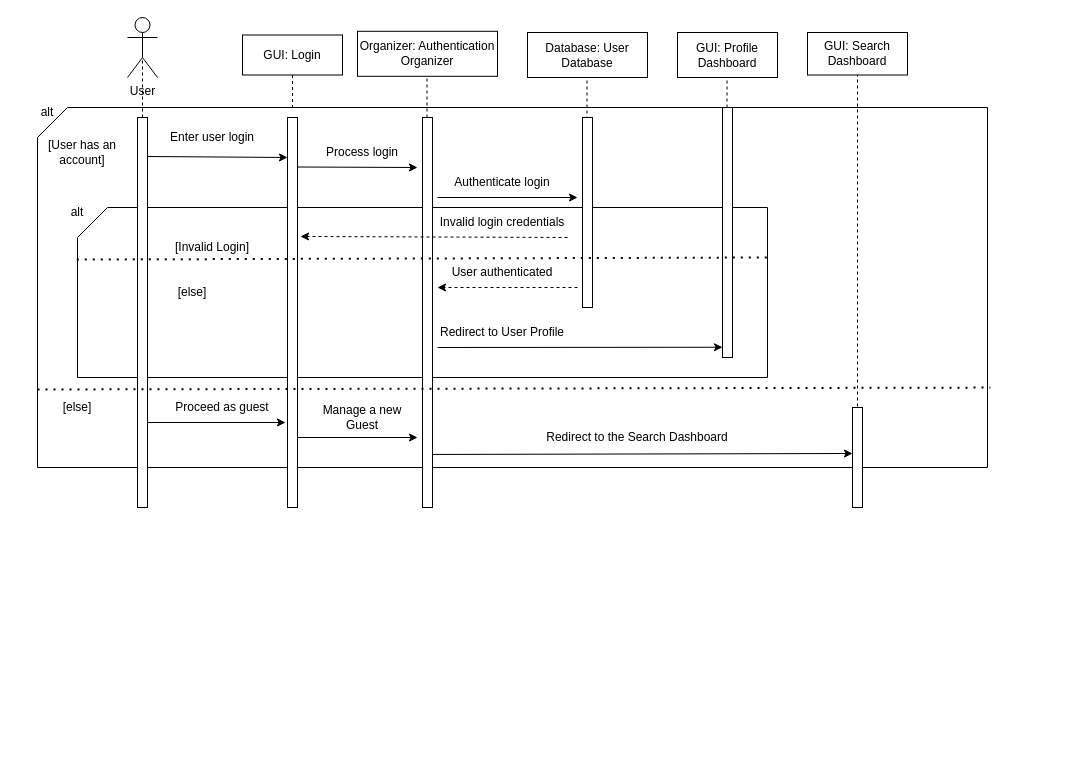
Above: page "User Network" (1 of 2) of Design Documentation/Sequence Diagrams/Sequence Diagram - Social Network.drawio in markomijovic/Agent-System-Matchmaking (draw.io), before the change. Source tidied: cells renumbered, new cells numbered last; positions are measured from the earlier drawing's top-left corner, leaving out a move shared by most shapes. Both pictures are drawn from the tidied source at 100%, with x=0, y=0 at pixel (17, 17).
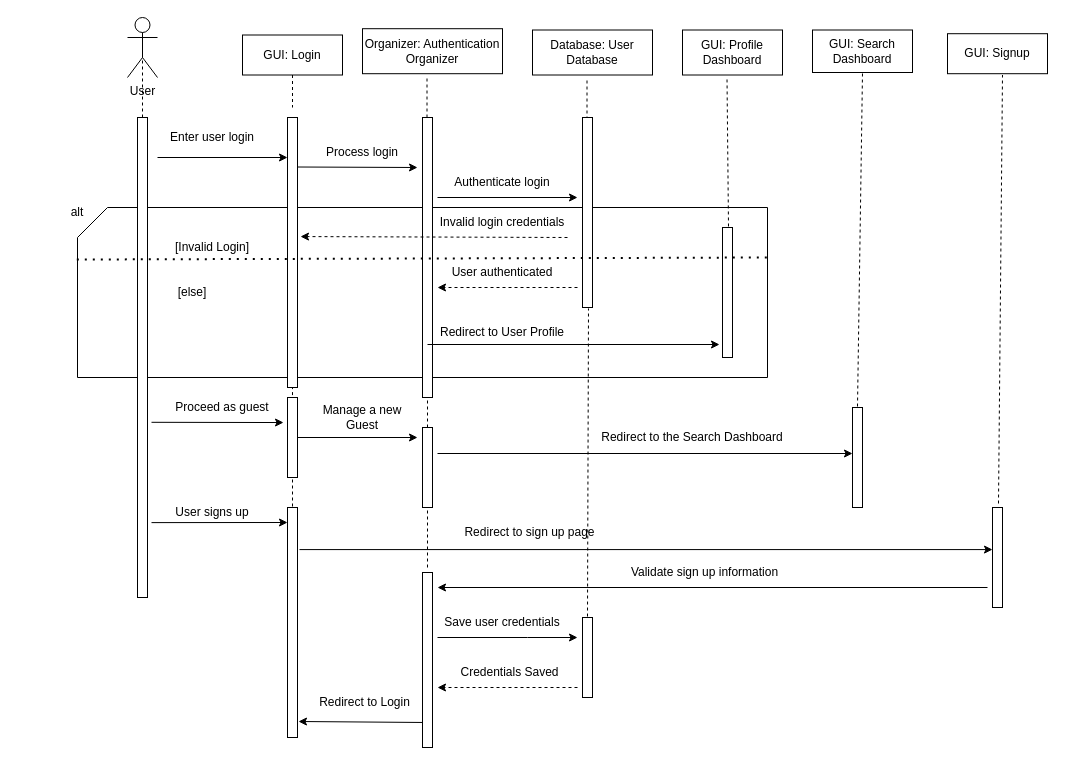
After the change.

Unchanged cells that the change refers to:
```xml
<mxCell id="18" value="Enter user login" style="text;html=1;strokeColor=none;fillColor=none;align=center;verticalAlign=middle;whiteSpace=wrap;rounded=0;" parent="1" vertex="1">
  <mxGeometry x="140" y="100" width="110" height="40" as="geometry" />
</mxCell>
<mxCell id="24" style="html=1;points=[];perimeter=orthogonalPerimeter;" parent="1" vertex="1">
  <mxGeometry x="565" y="100" width="10" height="190" as="geometry" />
</mxCell>
<mxCell id="31" value="Redirect to User Profile" style="text;html=1;strokeColor=none;fillColor=none;align=center;verticalAlign=middle;whiteSpace=wrap;rounded=0;" parent="1" vertex="1">
  <mxGeometry x="420" y="300" width="130" height="30" as="geometry" />
</mxCell>
<mxCell id="32" value="Invalid login credentials" style="text;html=1;strokeColor=none;fillColor=none;align=center;verticalAlign=middle;whiteSpace=wrap;rounded=0;" parent="1" vertex="1">
  <mxGeometry x="420" y="190" width="130" height="30" as="geometry" />
</mxCell>
<mxCell id="39" style="html=1;points=[];perimeter=orthogonalPerimeter;" parent="1" vertex="1">
  <mxGeometry x="835" y="390" width="10" height="100" as="geometry" />
</mxCell>
```

The edit, as a diff of the source:
```diff
@@
-    <mxCell id="2" style="endArrow=none;dashed=1;html=1;rounded=0;" parent="1" edge="1">
-      <mxGeometry relative="1" as="geometry">
-        <mxPoint x="709.5" y="120" as="sourcePoint" />
-        <mxPoint x="709.5" y="60" as="targetPoint" />
-      </mxGeometry>
-    </mxCell>
-    <mxCell id="3" style="shape=card;whiteSpace=wrap;html=1;" parent="1" vertex="1">
-      <mxGeometry x="20" y="90" width="950" height="360" as="geometry" />
-    </mxCell>
@@
     <mxCell id="8" value="GUI: Profile Dashboard" style="rounded=0;whiteSpace=wrap;html=1;" parent="1" vertex="1">
-      <mxGeometry x="660" y="15" width="100" height="45" as="geometry" />
+      <mxGeometry x="665" y="12.5" width="100" height="45" as="geometry" />
     </mxCell>
     <mxCell id="9" value="Organizer: Authentication Organizer" style="rounded=0;whiteSpace=wrap;html=1;" parent="1" vertex="1">
-      <mxGeometry x="340" y="13.8" width="140" height="45" as="geometry" />
+      <mxGeometry x="345" y="11.2" width="140" height="45" as="geometry" />
     </mxCell>
     <mxCell id="10" value="Database: User Database" style="rounded=0;whiteSpace=wrap;html=1;" parent="1" vertex="1">
-      <mxGeometry x="510" y="15" width="120" height="45" as="geometry" />
+      <mxGeometry x="515" y="12.5" width="120" height="45" as="geometry" />
     </mxCell>
     <mxCell id="11" value="GUI: Search Dashboard" style="rounded=0;whiteSpace=wrap;html=1;" parent="1" vertex="1">
-      <mxGeometry x="790" y="15" width="100" height="42.5" as="geometry" />
+      <mxGeometry x="795" y="12.5" width="100" height="42.5" as="geometry" />
     </mxCell>
@@
     <mxCell id="13" style="rounded=0;whiteSpace=wrap;html=1;" parent="1" vertex="1">
-      <mxGeometry x="120" y="100" width="10" height="390" as="geometry" />
+      <mxGeometry x="120" y="100" width="10" height="480" as="geometry" />
     </mxCell>
     <mxCell id="14" style="html=1;points=[];perimeter=orthogonalPerimeter;" parent="1" vertex="1">
-      <mxGeometry x="270" y="100" width="10" height="390" as="geometry" />
+      <mxGeometry x="270" y="100" width="10" height="270" as="geometry" />
     </mxCell>
-    <mxCell id="15" value="alt" style="text;html=1;strokeColor=none;fillColor=none;align=center;verticalAlign=middle;whiteSpace=wrap;rounded=0;" parent="1" vertex="1">
-      <mxGeometry y="80" width="60" height="30" as="geometry" />
-    </mxCell>
-    <mxCell id="16" value="[User has an account]" style="text;html=1;strokeColor=none;fillColor=none;align=center;verticalAlign=middle;whiteSpace=wrap;rounded=0;" parent="1" vertex="1">
-      <mxGeometry x="20" y="125" width="90" height="20" as="geometry" />
-    </mxCell>
-    <mxCell id="17" style="endArrow=classic;html=1;rounded=0;exitX=1;exitY=0.1;exitDx=0;exitDy=0;exitPerimeter=0;" parent="1" edge="1" source="13">
+    <mxCell id="17" style="endArrow=classic;html=1;rounded=0;exitX=0;exitY=1;exitDx=0;exitDy=0;" parent="1" edge="1" source="18">
       <mxGeometry relative="1" as="geometry">
         <mxPoint x="270" y="140" as="targetPoint" />
       </mxGeometry>
     </mxCell>
@@
     <mxCell id="20" style="html=1;points=[];perimeter=orthogonalPerimeter;" parent="1" vertex="1">
-      <mxGeometry x="405" y="100" width="10" height="390" as="geometry" />
+      <mxGeometry x="405" y="100" width="10" height="280" as="geometry" />
     </mxCell>
@@
     <mxCell id="29" style="html=1;points=[];perimeter=orthogonalPerimeter;" parent="1" vertex="1">
-      <mxGeometry x="705" y="90" width="10" height="250" as="geometry" />
+      <mxGeometry x="705" y="210" width="10" height="130" as="geometry" />
     </mxCell>
-    <mxCell id="30" style="endArrow=classic;html=1;rounded=0;entryX=0;entryY=0.959;entryDx=0;entryDy=0;entryPerimeter=0;exitX=0;exitY=1;exitDx=0;exitDy=0;" parent="1" edge="1" source="31" target="29">
-      <mxGeometry relative="1" as="geometry" />
+    <mxCell id="30" style="endArrow=classic;html=1;rounded=0;entryX=-0.3;entryY=0.9;entryDx=0;entryDy=0;entryPerimeter=0;" parent="1" edge="1" target="29">
+      <mxGeometry relative="1" as="geometry">
+        <mxPoint x="410" y="327" as="sourcePoint" />
+      </mxGeometry>
     </mxCell>
@@
-    <mxCell id="33" style="endArrow=classic;html=1;rounded=0;exitX=1;exitY=1;exitDx=0;exitDy=0;entryX=1.3;entryY=0.305;entryDx=0;entryDy=0;entryPerimeter=0;dashed=1;" parent="1" edge="1" source="32" target="14">
+    <mxCell id="33" style="endArrow=classic;html=1;rounded=0;exitX=1;exitY=1;exitDx=0;exitDy=0;entryX=1.3;entryY=0.441;entryDx=0;entryDy=0;entryPerimeter=0;dashed=1;" parent="1" edge="1" source="32" target="14">
       <mxGeometry relative="1" as="geometry" />
     </mxCell>
@@
-    <mxCell id="38" value="[else]" style="text;html=1;strokeColor=none;fillColor=none;align=center;verticalAlign=middle;whiteSpace=wrap;rounded=0;" parent="1" vertex="1">
-      <mxGeometry x="15" y="380" width="90" height="20" as="geometry" />
-    </mxCell>
@@
-    <mxCell id="41" style="endArrow=none;dashed=1;html=1;dashPattern=1 3;strokeWidth=2;rounded=0;exitX=-0.001;exitY=0.306;exitDx=0;exitDy=0;exitPerimeter=0;entryX=1.003;entryY=0.778;entryDx=0;entryDy=0;entryPerimeter=0;" parent="1" edge="1" target="3">
-      <mxGeometry relative="1" as="geometry">
-        <mxPoint x="20" y="372" as="sourcePoint" />
-      </mxGeometry>
-    </mxCell>
-    <mxCell id="42" style="endArrow=classic;html=1;rounded=0;exitX=1;exitY=0.782;exitDx=0;exitDy=0;exitPerimeter=0;entryX=-0.2;entryY=0.782;entryDx=0;entryDy=0;entryPerimeter=0;" parent="1" edge="1" source="13" target="14">
+    <mxCell id="42" style="endArrow=classic;html=1;rounded=0;exitX=1.4;exitY=0.635;exitDx=0;exitDy=0;exitPerimeter=0;entryX=-0.4;entryY=0.313;entryDx=0;entryDy=0;entryPerimeter=0;" parent="1" edge="1" source="13" target="67">
       <mxGeometry relative="1" as="geometry" />
     </mxCell>
@@
-    <mxCell id="46" style="endArrow=classic;html=1;rounded=0;exitX=1;exitY=0.864;exitDx=0;exitDy=0;exitPerimeter=0;entryX=0;entryY=0.46;entryDx=0;entryDy=0;entryPerimeter=0;" parent="1" edge="1" source="20" target="39">
-      <mxGeometry relative="1" as="geometry" />
+    <mxCell id="46" style="endArrow=classic;html=1;rounded=0;entryX=0;entryY=0.46;entryDx=0;entryDy=0;entryPerimeter=0;" parent="1" edge="1" target="39">
+      <mxGeometry relative="1" as="geometry">
+        <mxPoint x="420" y="436" as="sourcePoint" />
+      </mxGeometry>
     </mxCell>
     <mxCell id="47" value="Redirect to the Search Dashboard" style="text;html=1;strokeColor=none;fillColor=none;align=center;verticalAlign=middle;whiteSpace=wrap;rounded=0;" parent="1" vertex="1">
-      <mxGeometry x="500" y="400" width="240" height="40" as="geometry" />
+      <mxGeometry x="555" y="400" width="240" height="40" as="geometry" />
     </mxCell>
+    <mxCell id="48" value="GUI: Signup" style="rounded=0;whiteSpace=wrap;html=1;" parent="1" vertex="1">
+      <mxGeometry x="930" y="16.2" width="100" height="40" as="geometry" />
+    </mxCell>
+    <mxCell id="2" style="endArrow=none;dashed=1;html=1;rounded=0;exitX=0.6;exitY=-0.008;exitDx=0;exitDy=0;exitPerimeter=0;" parent="1" edge="1" source="29">
+      <mxGeometry relative="1" as="geometry">
+        <mxPoint x="709.5" y="60" as="targetPoint" />
+      </mxGeometry>
+    </mxCell>
+    <mxCell id="49" style="html=1;points=[];perimeter=orthogonalPerimeter;" parent="1" vertex="1">
+      <mxGeometry x="975" y="490" width="10" height="100" as="geometry" />
+    </mxCell>
+    <mxCell id="50" style="endArrow=none;dashed=1;html=1;rounded=0;entryX=0.5;entryY=1;entryDx=0;entryDy=0;exitX=0.6;exitY=-0.04;exitDx=0;exitDy=0;exitPerimeter=0;" parent="1" edge="1" source="49">
+      <mxGeometry relative="1" as="geometry">
+        <mxPoint x="985" y="57.5" as="targetPoint" />
+      </mxGeometry>
+    </mxCell>
+    <mxCell id="51" style="endArrow=classic;html=1;rounded=0;exitX=1.4;exitY=0.844;exitDx=0;exitDy=0;exitPerimeter=0;" parent="1" edge="1" source="13">
+      <mxGeometry relative="1" as="geometry">
+        <mxPoint x="270" y="505" as="targetPoint" />
+      </mxGeometry>
+    </mxCell>
+    <mxCell id="52" value="User signs up" style="text;html=1;strokeColor=none;fillColor=none;align=center;verticalAlign=middle;whiteSpace=wrap;rounded=0;" parent="1" vertex="1">
+      <mxGeometry x="140" y="480" width="110" height="30" as="geometry" />
+    </mxCell>
+    <mxCell id="53" style="endArrow=classic;html=1;rounded=0;exitX=1.2;exitY=0.183;exitDx=0;exitDy=0;exitPerimeter=0;" parent="1" edge="1" source="69" target="49">
+      <mxGeometry relative="1" as="geometry" />
+    </mxCell>
+    <mxCell id="54" value="Redirect to sign up page" style="text;html=1;strokeColor=none;fillColor=none;align=center;verticalAlign=middle;whiteSpace=wrap;rounded=0;" parent="1" vertex="1">
+      <mxGeometry x="415" y="500" width="195" height="30" as="geometry" />
+    </mxCell>
+    <mxCell id="55" style="endArrow=classic;html=1;rounded=0;" parent="1" edge="1">
+      <mxGeometry relative="1" as="geometry">
+        <mxPoint x="970" y="570" as="sourcePoint" />
+        <mxPoint x="420" y="570" as="targetPoint" />
+      </mxGeometry>
+    </mxCell>
+    <mxCell id="56" value="Validate sign up information" style="text;html=1;strokeColor=none;fillColor=none;align=center;verticalAlign=middle;whiteSpace=wrap;rounded=0;" parent="1" vertex="1">
+      <mxGeometry x="590" y="540" width="195" height="30" as="geometry" />
+    </mxCell>
+    <mxCell id="57" style="html=1;points=[];perimeter=orthogonalPerimeter;" parent="1" vertex="1">
+      <mxGeometry x="565" y="600" width="10" height="80" as="geometry" />
+    </mxCell>
+    <mxCell id="58" style="endArrow=none;dashed=1;html=1;rounded=0;entryX=0.6;entryY=1.005;entryDx=0;entryDy=0;entryPerimeter=0;exitX=0.5;exitY=-0.012;exitDx=0;exitDy=0;exitPerimeter=0;" parent="1" edge="1" source="57" target="24">
+      <mxGeometry relative="1" as="geometry" />
+    </mxCell>
+    <mxCell id="59" style="endArrow=classic;html=1;rounded=0;" parent="1" edge="1">
+      <mxGeometry relative="1" as="geometry">
+        <mxPoint x="420" y="620" as="sourcePoint" />
+        <mxPoint x="560" y="620" as="targetPoint" />
+        <Array as="points">
+          <mxPoint x="510" y="620" />
+        </Array>
+      </mxGeometry>
+    </mxCell>
+    <mxCell id="60" value="Save user credentials" style="text;html=1;strokeColor=none;fillColor=none;align=center;verticalAlign=middle;whiteSpace=wrap;rounded=0;" parent="1" vertex="1">
+      <mxGeometry x="410" y="590" width="150" height="30" as="geometry" />
+    </mxCell>
+    <mxCell id="61" style="endArrow=classic;html=1;rounded=0;dashed=1;" parent="1" edge="1">
+      <mxGeometry relative="1" as="geometry">
+        <mxPoint x="560" y="670" as="sourcePoint" />
+        <mxPoint x="420" y="670" as="targetPoint" />
+      </mxGeometry>
+    </mxCell>
+    <mxCell id="62" value="Credentials Saved" style="text;html=1;strokeColor=none;fillColor=none;align=center;verticalAlign=middle;whiteSpace=wrap;rounded=0;" parent="1" vertex="1">
+      <mxGeometry x="440" y="640" width="105" height="30" as="geometry" />
+    </mxCell>
+    <mxCell id="63" style="endArrow=none;dashed=1;html=1;rounded=0;entryX=0.5;entryY=1.002;entryDx=0;entryDy=0;entryPerimeter=0;exitX=0.5;exitY=-0.03;exitDx=0;exitDy=0;exitPerimeter=0;startArrow=none;" parent="1" edge="1" source="67" target="14">
+      <mxGeometry relative="1" as="geometry" />
+    </mxCell>
+    <mxCell id="64" style="endArrow=classic;html=1;rounded=0;entryX=1.1;entryY=0.74;entryDx=0;entryDy=0;entryPerimeter=0;exitX=0.1;exitY=0.857;exitDx=0;exitDy=0;exitPerimeter=0;" parent="1" edge="1" source="66">
+      <mxGeometry relative="1" as="geometry">
+        <mxPoint x="281" y="704" as="targetPoint" />
+      </mxGeometry>
+    </mxCell>
+    <mxCell id="65" value="Redirect to Login" style="text;html=1;strokeColor=none;fillColor=none;align=center;verticalAlign=middle;whiteSpace=wrap;rounded=0;" parent="1" vertex="1">
+      <mxGeometry x="295" y="670" width="105" height="30" as="geometry" />
+    </mxCell>
+    <mxCell id="66" style="html=1;points=[];perimeter=orthogonalPerimeter;" parent="1" vertex="1">
+      <mxGeometry x="405" y="555" width="10" height="175" as="geometry" />
+    </mxCell>
+    <mxCell id="67" style="html=1;points=[];perimeter=orthogonalPerimeter;" parent="1" vertex="1">
+      <mxGeometry x="270" y="380" width="10" height="80" as="geometry" />
+    </mxCell>
+    <mxCell id="68" style="endArrow=none;dashed=1;html=1;rounded=0;entryX=0.5;entryY=1.002;entryDx=0;entryDy=0;entryPerimeter=0;exitX=0.5;exitY=-0.03;exitDx=0;exitDy=0;exitPerimeter=0;" parent="1" edge="1" target="67">
+      <mxGeometry relative="1" as="geometry">
+        <mxPoint x="275" y="627" as="sourcePoint" />
+      </mxGeometry>
+    </mxCell>
+    <mxCell id="69" style="html=1;points=[];perimeter=orthogonalPerimeter;" parent="1" vertex="1">
+      <mxGeometry x="270" y="490" width="10" height="230" as="geometry" />
+    </mxCell>
+    <mxCell id="70" style="html=1;perimeter=orthogonalPerimeter;" parent="1" vertex="1">
+      <mxGeometry x="405" y="410" width="10" height="80" as="geometry" />
+    </mxCell>
+    <mxCell id="71" style="endArrow=none;dashed=1;html=1;rounded=0;" parent="1" edge="1">
+      <mxGeometry relative="1" as="geometry">
+        <mxPoint x="410" y="410" as="sourcePoint" />
+        <mxPoint x="410" y="381" as="targetPoint" />
+      </mxGeometry>
+    </mxCell>
+    <mxCell id="72" style="endArrow=none;dashed=1;html=1;rounded=0;" parent="1" edge="1">
+      <mxGeometry relative="1" as="geometry">
+        <mxPoint x="410" y="550" as="sourcePoint" />
+        <mxPoint x="410" y="490" as="targetPoint" />
+      </mxGeometry>
+    </mxCell>
```
